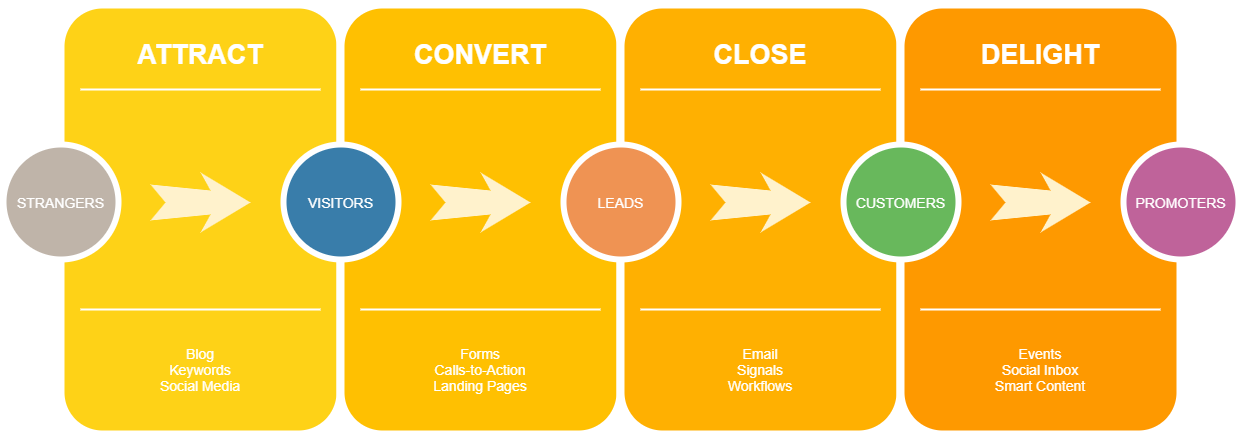
elsiehsu1997/The-Battle-of-Neighborhoods keeps this draw.io diagram as Untitled Diagram.png. Above is the earlier version. Source tidied: cells renumbered, new cells last; positions are measured from the earlier drawing's top-left corner, leaving out a move shared by most shapes. The source it was exported from:
```xml
<mxGraphModel>
  <root>
    <mxCell id="0" />
    <mxCell id="1" parent="0" />
    <mxCell id="2" style="whiteSpace=wrap;html=1;rounded=1;shadow=0;strokeWidth=8;fontSize=20;align=center;fillColor=#FED217;strokeColor=#FFFFFF;" parent="1" vertex="1">
      <mxGeometry x="57" width="280" height="430" as="geometry" />
    </mxCell>
    <mxCell id="3" value="ATTRACT" style="text;html=1;strokeColor=none;fillColor=none;align=center;verticalAlign=middle;whiteSpace=wrap;rounded=0;shadow=0;fontSize=27;fontColor=#FFFFFF;fontStyle=1;" parent="1" vertex="1">
      <mxGeometry x="57" y="20" width="280" height="60" as="geometry" />
    </mxCell>
    <mxCell id="4" value="Blog&lt;div&gt;Keywords&lt;/div&gt;&lt;div&gt;Social Media&lt;/div&gt;" style="text;html=1;strokeColor=none;fillColor=none;align=center;verticalAlign=middle;whiteSpace=wrap;rounded=0;shadow=0;fontSize=14;fontColor=#FFFFFF;" parent="1" vertex="1">
      <mxGeometry x="57" y="320" width="280" height="90" as="geometry" />
    </mxCell>
    <mxCell id="5" style="line;strokeWidth=2;html=1;rounded=0;shadow=0;fontSize=27;align=center;fillColor=none;strokeColor=#FFFFFF;" parent="1" vertex="1">
      <mxGeometry x="77" y="80" width="240" height="10" as="geometry" />
    </mxCell>
    <mxCell id="6" style="line;strokeWidth=2;html=1;rounded=0;shadow=0;fontSize=27;align=center;fillColor=none;strokeColor=#FFFFFF;" parent="1" vertex="1">
      <mxGeometry x="77" y="300" width="240" height="10" as="geometry" />
    </mxCell>
    <mxCell id="7" value="STRANGERS" style="ellipse;whiteSpace=wrap;html=1;rounded=0;shadow=0;strokeWidth=6;fontSize=14;align=center;fillColor=#BFB4A9;strokeColor=#FFFFFF;fontColor=#FFFFFF;" parent="1" vertex="1">
      <mxGeometry y="140" width="115" height="115" as="geometry" />
    </mxCell>
    <mxCell id="8" style="html=1;shadow=0;dashed=0;align=center;verticalAlign=middle;shape=mxgraph.arrows2.stylisedArrow;dy=0.6;dx=40;notch=15;feather=0.4;rounded=0;strokeWidth=1;fontSize=27;strokeColor=none;fillColor=#fff2cc;" parent="1" vertex="1">
      <mxGeometry x="147" y="168" width="100" height="60" as="geometry" />
    </mxCell>
    <mxCell id="9" style="whiteSpace=wrap;html=1;rounded=1;shadow=0;strokeWidth=8;fontSize=20;align=center;fillColor=#FFC001;strokeColor=#FFFFFF;" parent="1" vertex="1">
      <mxGeometry x="337" width="280" height="430" as="geometry" />
    </mxCell>
    <mxCell id="10" value="CONVERT" style="text;html=1;strokeColor=none;fillColor=none;align=center;verticalAlign=middle;whiteSpace=wrap;rounded=0;shadow=0;fontSize=27;fontColor=#FFFFFF;fontStyle=1;" parent="1" vertex="1">
      <mxGeometry x="337" y="20" width="280" height="60" as="geometry" />
    </mxCell>
    <mxCell id="11" value="Forms&lt;div&gt;Calls-to-Action&lt;/div&gt;&lt;div&gt;Landing Pages&lt;/div&gt;" style="text;html=1;strokeColor=none;fillColor=none;align=center;verticalAlign=middle;whiteSpace=wrap;rounded=0;shadow=0;fontSize=14;fontColor=#FFFFFF;" parent="1" vertex="1">
      <mxGeometry x="337" y="320" width="280" height="90" as="geometry" />
    </mxCell>
    <mxCell id="12" style="line;strokeWidth=2;html=1;rounded=0;shadow=0;fontSize=27;align=center;fillColor=none;strokeColor=#FFFFFF;" parent="1" vertex="1">
      <mxGeometry x="357" y="80" width="240" height="10" as="geometry" />
    </mxCell>
    <mxCell id="13" style="line;strokeWidth=2;html=1;rounded=0;shadow=0;fontSize=27;align=center;fillColor=none;strokeColor=#FFFFFF;" parent="1" vertex="1">
      <mxGeometry x="357" y="300" width="240" height="10" as="geometry" />
    </mxCell>
    <mxCell id="14" value="VISITORS" style="ellipse;whiteSpace=wrap;html=1;rounded=0;shadow=0;strokeWidth=6;fontSize=14;align=center;fillColor=#397DAA;strokeColor=#FFFFFF;fontColor=#FFFFFF;" parent="1" vertex="1">
      <mxGeometry x="280" y="140" width="115" height="115" as="geometry" />
    </mxCell>
    <mxCell id="15" style="html=1;shadow=0;dashed=0;align=center;verticalAlign=middle;shape=mxgraph.arrows2.stylisedArrow;dy=0.6;dx=40;notch=15;feather=0.4;rounded=0;strokeWidth=1;fontSize=27;strokeColor=none;fillColor=#fff2cc;" parent="1" vertex="1">
      <mxGeometry x="427" y="168" width="100" height="60" as="geometry" />
    </mxCell>
    <mxCell id="16" style="whiteSpace=wrap;html=1;rounded=1;shadow=0;strokeWidth=8;fontSize=20;align=center;fillColor=#FFB001;strokeColor=#FFFFFF;" parent="1" vertex="1">
      <mxGeometry x="617" width="280" height="430" as="geometry" />
    </mxCell>
    <mxCell id="17" value="CLOSE" style="text;html=1;strokeColor=none;fillColor=none;align=center;verticalAlign=middle;whiteSpace=wrap;rounded=0;shadow=0;fontSize=27;fontColor=#FFFFFF;fontStyle=1;" parent="1" vertex="1">
      <mxGeometry x="617" y="20" width="280" height="60" as="geometry" />
    </mxCell>
    <mxCell id="18" value="Email&lt;div&gt;Signals&lt;/div&gt;&lt;div&gt;Workflows&lt;/div&gt;" style="text;html=1;strokeColor=none;fillColor=none;align=center;verticalAlign=middle;whiteSpace=wrap;rounded=0;shadow=0;fontSize=14;fontColor=#FFFFFF;" parent="1" vertex="1">
      <mxGeometry x="617" y="320" width="280" height="90" as="geometry" />
    </mxCell>
    <mxCell id="19" style="line;strokeWidth=2;html=1;rounded=0;shadow=0;fontSize=27;align=center;fillColor=none;strokeColor=#FFFFFF;" parent="1" vertex="1">
      <mxGeometry x="637" y="80" width="240" height="10" as="geometry" />
    </mxCell>
    <mxCell id="20" style="line;strokeWidth=2;html=1;rounded=0;shadow=0;fontSize=27;align=center;fillColor=none;strokeColor=#FFFFFF;" parent="1" vertex="1">
      <mxGeometry x="637" y="300" width="240" height="10" as="geometry" />
    </mxCell>
    <mxCell id="21" value="LEADS" style="ellipse;whiteSpace=wrap;html=1;rounded=0;shadow=0;strokeWidth=6;fontSize=14;align=center;fillColor=#EF9353;strokeColor=#FFFFFF;fontColor=#FFFFFF;" parent="1" vertex="1">
      <mxGeometry x="560" y="140" width="115" height="115" as="geometry" />
    </mxCell>
    <mxCell id="22" style="html=1;shadow=0;dashed=0;align=center;verticalAlign=middle;shape=mxgraph.arrows2.stylisedArrow;dy=0.6;dx=40;notch=15;feather=0.4;rounded=0;strokeWidth=1;fontSize=27;strokeColor=none;fillColor=#fff2cc;" parent="1" vertex="1">
      <mxGeometry x="707" y="168" width="100" height="60" as="geometry" />
    </mxCell>
    <mxCell id="23" style="whiteSpace=wrap;html=1;rounded=1;shadow=0;strokeWidth=8;fontSize=20;align=center;fillColor=#FE9900;strokeColor=#FFFFFF;" parent="1" vertex="1">
      <mxGeometry x="897" width="280" height="430" as="geometry" />
    </mxCell>
    <mxCell id="24" value="DELIGHT" style="text;html=1;strokeColor=none;fillColor=none;align=center;verticalAlign=middle;whiteSpace=wrap;rounded=0;shadow=0;fontSize=27;fontColor=#FFFFFF;fontStyle=1;" parent="1" vertex="1">
      <mxGeometry x="897" y="20" width="280" height="60" as="geometry" />
    </mxCell>
    <mxCell id="25" value="Events&lt;div&gt;Social Inbox&lt;/div&gt;&lt;div&gt;Smart Content&lt;/div&gt;" style="text;html=1;strokeColor=none;fillColor=none;align=center;verticalAlign=middle;whiteSpace=wrap;rounded=0;shadow=0;fontSize=14;fontColor=#FFFFFF;" parent="1" vertex="1">
      <mxGeometry x="897" y="320" width="280" height="90" as="geometry" />
    </mxCell>
    <mxCell id="26" style="line;strokeWidth=2;html=1;rounded=0;shadow=0;fontSize=27;align=center;fillColor=none;strokeColor=#FFFFFF;" parent="1" vertex="1">
      <mxGeometry x="917" y="80" width="240" height="10" as="geometry" />
    </mxCell>
    <mxCell id="27" style="line;strokeWidth=2;html=1;rounded=0;shadow=0;fontSize=27;align=center;fillColor=none;strokeColor=#FFFFFF;" parent="1" vertex="1">
      <mxGeometry x="917" y="300" width="240" height="10" as="geometry" />
    </mxCell>
    <mxCell id="28" value="CUSTOMERS" style="ellipse;whiteSpace=wrap;html=1;rounded=0;shadow=0;strokeWidth=6;fontSize=14;align=center;fillColor=#68B85C;strokeColor=#FFFFFF;fontColor=#FFFFFF;" parent="1" vertex="1">
      <mxGeometry x="840" y="140" width="115" height="115" as="geometry" />
    </mxCell>
    <mxCell id="29" style="html=1;shadow=0;dashed=0;align=center;verticalAlign=middle;shape=mxgraph.arrows2.stylisedArrow;dy=0.6;dx=40;notch=15;feather=0.4;rounded=0;strokeWidth=1;fontSize=27;strokeColor=none;fillColor=#fff2cc;" parent="1" vertex="1">
      <mxGeometry x="987" y="168" width="100" height="60" as="geometry" />
    </mxCell>
    <mxCell id="30" value="PROMOTERS" style="ellipse;whiteSpace=wrap;html=1;rounded=0;shadow=0;strokeWidth=6;fontSize=14;align=center;fillColor=#BF639A;strokeColor=#FFFFFF;fontColor=#FFFFFF;" parent="1" vertex="1">
      <mxGeometry x="1120" y="140" width="115" height="115" as="geometry" />
    </mxCell>
  </root>
</mxGraphModel>
```
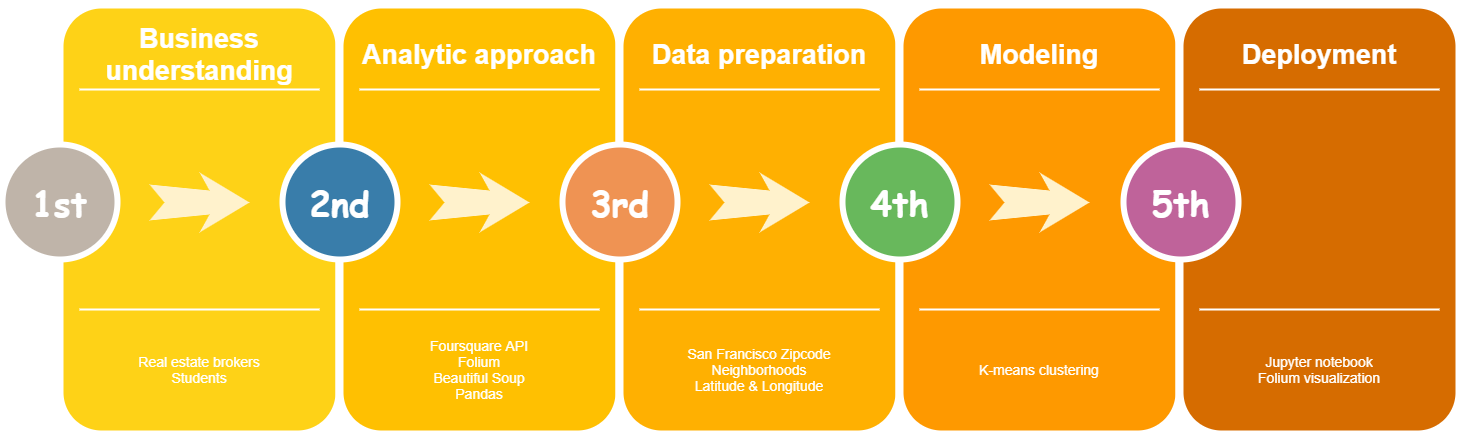
The same diagram one commit later.

The edit, as a diff of the source:
```diff
@@ -5,10 +5,10 @@
     <mxCell id="2" style="whiteSpace=wrap;html=1;rounded=1;shadow=0;strokeWidth=8;fontSize=20;align=center;fillColor=#FED217;strokeColor=#FFFFFF;" parent="1" vertex="1">
       <mxGeometry x="57" width="280" height="430" as="geometry" />
     </mxCell>
-    <mxCell id="3" value="ATTRACT" style="text;html=1;strokeColor=none;fillColor=none;align=center;verticalAlign=middle;whiteSpace=wrap;rounded=0;shadow=0;fontSize=27;fontColor=#FFFFFF;fontStyle=1;" parent="1" vertex="1">
+    <mxCell id="3" value="Business understanding" style="text;html=1;strokeColor=none;fillColor=none;align=center;verticalAlign=middle;whiteSpace=wrap;rounded=0;shadow=0;fontSize=27;fontColor=#FFFFFF;fontStyle=1;" parent="1" vertex="1">
       <mxGeometry x="57" y="20" width="280" height="60" as="geometry" />
     </mxCell>
-    <mxCell id="4" value="Blog&lt;div&gt;Keywords&lt;/div&gt;&lt;div&gt;Social Media&lt;/div&gt;" style="text;html=1;strokeColor=none;fillColor=none;align=center;verticalAlign=middle;whiteSpace=wrap;rounded=0;shadow=0;fontSize=14;fontColor=#FFFFFF;" parent="1" vertex="1">
+    <mxCell id="4" value="Real estate brokers&lt;br&gt;Students" style="text;html=1;strokeColor=none;fillColor=none;align=center;verticalAlign=middle;whiteSpace=wrap;rounded=0;shadow=0;fontSize=14;fontColor=#FFFFFF;" parent="1" vertex="1">
       <mxGeometry x="57" y="320" width="280" height="90" as="geometry" />
     </mxCell>
     <mxCell id="5" style="line;strokeWidth=2;html=1;rounded=0;shadow=0;fontSize=27;align=center;fillColor=none;strokeColor=#FFFFFF;" parent="1" vertex="1">
@@ -17,7 +17,7 @@
     <mxCell id="6" style="line;strokeWidth=2;html=1;rounded=0;shadow=0;fontSize=27;align=center;fillColor=none;strokeColor=#FFFFFF;" parent="1" vertex="1">
       <mxGeometry x="77" y="300" width="240" height="10" as="geometry" />
     </mxCell>
-    <mxCell id="7" value="STRANGERS" style="ellipse;whiteSpace=wrap;html=1;rounded=0;shadow=0;strokeWidth=6;fontSize=14;align=center;fillColor=#BFB4A9;strokeColor=#FFFFFF;fontColor=#FFFFFF;" parent="1" vertex="1">
+    <mxCell id="7" value="&lt;font style=&quot;font-size: 35px&quot; face=&quot;Comic Sans MS&quot;&gt;&lt;b&gt;1st&lt;/b&gt;&lt;/font&gt;" style="ellipse;whiteSpace=wrap;html=1;rounded=0;shadow=0;strokeWidth=6;fontSize=14;align=center;fillColor=#BFB4A9;strokeColor=#FFFFFF;fontColor=#FFFFFF;" parent="1" vertex="1">
       <mxGeometry y="140" width="115" height="115" as="geometry" />
     </mxCell>
     <mxCell id="8" style="html=1;shadow=0;dashed=0;align=center;verticalAlign=middle;shape=mxgraph.arrows2.stylisedArrow;dy=0.6;dx=40;notch=15;feather=0.4;rounded=0;strokeWidth=1;fontSize=27;strokeColor=none;fillColor=#fff2cc;" parent="1" vertex="1">
@@ -26,10 +26,10 @@
     <mxCell id="9" style="whiteSpace=wrap;html=1;rounded=1;shadow=0;strokeWidth=8;fontSize=20;align=center;fillColor=#FFC001;strokeColor=#FFFFFF;" parent="1" vertex="1">
       <mxGeometry x="337" width="280" height="430" as="geometry" />
     </mxCell>
-    <mxCell id="10" value="CONVERT" style="text;html=1;strokeColor=none;fillColor=none;align=center;verticalAlign=middle;whiteSpace=wrap;rounded=0;shadow=0;fontSize=27;fontColor=#FFFFFF;fontStyle=1;" parent="1" vertex="1">
+    <mxCell id="10" value="Analytic approach" style="text;html=1;strokeColor=none;fillColor=none;align=center;verticalAlign=middle;whiteSpace=wrap;rounded=0;shadow=0;fontSize=27;fontColor=#FFFFFF;fontStyle=1;" parent="1" vertex="1">
       <mxGeometry x="337" y="20" width="280" height="60" as="geometry" />
     </mxCell>
-    <mxCell id="11" value="Forms&lt;div&gt;Calls-to-Action&lt;/div&gt;&lt;div&gt;Landing Pages&lt;/div&gt;" style="text;html=1;strokeColor=none;fillColor=none;align=center;verticalAlign=middle;whiteSpace=wrap;rounded=0;shadow=0;fontSize=14;fontColor=#FFFFFF;" parent="1" vertex="1">
+    <mxCell id="11" value="Foursquare API&lt;br&gt;Folium&lt;br&gt;Beautiful Soup&lt;br&gt;Pandas" style="text;html=1;strokeColor=none;fillColor=none;align=center;verticalAlign=middle;whiteSpace=wrap;rounded=0;shadow=0;fontSize=14;fontColor=#FFFFFF;" parent="1" vertex="1">
       <mxGeometry x="337" y="320" width="280" height="90" as="geometry" />
     </mxCell>
     <mxCell id="12" style="line;strokeWidth=2;html=1;rounded=0;shadow=0;fontSize=27;align=center;fillColor=none;strokeColor=#FFFFFF;" parent="1" vertex="1">
@@ -38,7 +38,7 @@
     <mxCell id="13" style="line;strokeWidth=2;html=1;rounded=0;shadow=0;fontSize=27;align=center;fillColor=none;strokeColor=#FFFFFF;" parent="1" vertex="1">
       <mxGeometry x="357" y="300" width="240" height="10" as="geometry" />
     </mxCell>
-    <mxCell id="14" value="VISITORS" style="ellipse;whiteSpace=wrap;html=1;rounded=0;shadow=0;strokeWidth=6;fontSize=14;align=center;fillColor=#397DAA;strokeColor=#FFFFFF;fontColor=#FFFFFF;" parent="1" vertex="1">
+    <mxCell id="14" value="&lt;font style=&quot;font-size: 35px&quot; face=&quot;Comic Sans MS&quot;&gt;&lt;b&gt;2nd&lt;/b&gt;&lt;/font&gt;" style="ellipse;whiteSpace=wrap;html=1;rounded=0;shadow=0;strokeWidth=6;fontSize=14;align=center;fillColor=#397DAA;strokeColor=#FFFFFF;fontColor=#FFFFFF;" parent="1" vertex="1">
       <mxGeometry x="280" y="140" width="115" height="115" as="geometry" />
     </mxCell>
     <mxCell id="15" style="html=1;shadow=0;dashed=0;align=center;verticalAlign=middle;shape=mxgraph.arrows2.stylisedArrow;dy=0.6;dx=40;notch=15;feather=0.4;rounded=0;strokeWidth=1;fontSize=27;strokeColor=none;fillColor=#fff2cc;" parent="1" vertex="1">
@@ -47,10 +47,10 @@
     <mxCell id="16" style="whiteSpace=wrap;html=1;rounded=1;shadow=0;strokeWidth=8;fontSize=20;align=center;fillColor=#FFB001;strokeColor=#FFFFFF;" parent="1" vertex="1">
       <mxGeometry x="617" width="280" height="430" as="geometry" />
     </mxCell>
-    <mxCell id="17" value="CLOSE" style="text;html=1;strokeColor=none;fillColor=none;align=center;verticalAlign=middle;whiteSpace=wrap;rounded=0;shadow=0;fontSize=27;fontColor=#FFFFFF;fontStyle=1;" parent="1" vertex="1">
+    <mxCell id="17" value="Data preparation" style="text;html=1;strokeColor=none;fillColor=none;align=center;verticalAlign=middle;whiteSpace=wrap;rounded=0;shadow=0;fontSize=27;fontColor=#FFFFFF;fontStyle=1;" parent="1" vertex="1">
       <mxGeometry x="617" y="20" width="280" height="60" as="geometry" />
     </mxCell>
-    <mxCell id="18" value="Email&lt;div&gt;Signals&lt;/div&gt;&lt;div&gt;Workflows&lt;/div&gt;" style="text;html=1;strokeColor=none;fillColor=none;align=center;verticalAlign=middle;whiteSpace=wrap;rounded=0;shadow=0;fontSize=14;fontColor=#FFFFFF;" parent="1" vertex="1">
+    <mxCell id="18" value="San Francisco Zipcode&lt;br&gt;Neighborhoods&lt;br&gt;Latitude &amp;amp; Longitude" style="text;html=1;strokeColor=none;fillColor=none;align=center;verticalAlign=middle;whiteSpace=wrap;rounded=0;shadow=0;fontSize=14;fontColor=#FFFFFF;" parent="1" vertex="1">
       <mxGeometry x="617" y="320" width="280" height="90" as="geometry" />
     </mxCell>
     <mxCell id="19" style="line;strokeWidth=2;html=1;rounded=0;shadow=0;fontSize=27;align=center;fillColor=none;strokeColor=#FFFFFF;" parent="1" vertex="1">
@@ -59,7 +59,7 @@
     <mxCell id="20" style="line;strokeWidth=2;html=1;rounded=0;shadow=0;fontSize=27;align=center;fillColor=none;strokeColor=#FFFFFF;" parent="1" vertex="1">
       <mxGeometry x="637" y="300" width="240" height="10" as="geometry" />
     </mxCell>
-    <mxCell id="21" value="LEADS" style="ellipse;whiteSpace=wrap;html=1;rounded=0;shadow=0;strokeWidth=6;fontSize=14;align=center;fillColor=#EF9353;strokeColor=#FFFFFF;fontColor=#FFFFFF;" parent="1" vertex="1">
+    <mxCell id="21" value="&lt;font style=&quot;font-size: 35px&quot; face=&quot;Comic Sans MS&quot;&gt;&lt;b&gt;3rd&lt;/b&gt;&lt;/font&gt;" style="ellipse;whiteSpace=wrap;html=1;rounded=0;shadow=0;strokeWidth=6;fontSize=14;align=center;fillColor=#EF9353;strokeColor=#FFFFFF;fontColor=#FFFFFF;" parent="1" vertex="1">
       <mxGeometry x="560" y="140" width="115" height="115" as="geometry" />
     </mxCell>
     <mxCell id="22" style="html=1;shadow=0;dashed=0;align=center;verticalAlign=middle;shape=mxgraph.arrows2.stylisedArrow;dy=0.6;dx=40;notch=15;feather=0.4;rounded=0;strokeWidth=1;fontSize=27;strokeColor=none;fillColor=#fff2cc;" parent="1" vertex="1">
@@ -68,10 +68,10 @@
     <mxCell id="23" style="whiteSpace=wrap;html=1;rounded=1;shadow=0;strokeWidth=8;fontSize=20;align=center;fillColor=#FE9900;strokeColor=#FFFFFF;" parent="1" vertex="1">
       <mxGeometry x="897" width="280" height="430" as="geometry" />
     </mxCell>
-    <mxCell id="24" value="DELIGHT" style="text;html=1;strokeColor=none;fillColor=none;align=center;verticalAlign=middle;whiteSpace=wrap;rounded=0;shadow=0;fontSize=27;fontColor=#FFFFFF;fontStyle=1;" parent="1" vertex="1">
+    <mxCell id="24" value="Modeling" style="text;html=1;strokeColor=none;fillColor=none;align=center;verticalAlign=middle;whiteSpace=wrap;rounded=0;shadow=0;fontSize=27;fontColor=#FFFFFF;fontStyle=1;" parent="1" vertex="1">
       <mxGeometry x="897" y="20" width="280" height="60" as="geometry" />
     </mxCell>
-    <mxCell id="25" value="Events&lt;div&gt;Social Inbox&lt;/div&gt;&lt;div&gt;Smart Content&lt;/div&gt;" style="text;html=1;strokeColor=none;fillColor=none;align=center;verticalAlign=middle;whiteSpace=wrap;rounded=0;shadow=0;fontSize=14;fontColor=#FFFFFF;" parent="1" vertex="1">
+    <mxCell id="25" value="K-means clustering" style="text;html=1;strokeColor=none;fillColor=none;align=center;verticalAlign=middle;whiteSpace=wrap;rounded=0;shadow=0;fontSize=14;fontColor=#FFFFFF;" parent="1" vertex="1">
       <mxGeometry x="897" y="320" width="280" height="90" as="geometry" />
     </mxCell>
     <mxCell id="26" style="line;strokeWidth=2;html=1;rounded=0;shadow=0;fontSize=27;align=center;fillColor=none;strokeColor=#FFFFFF;" parent="1" vertex="1">
@@ -80,14 +80,34 @@
     <mxCell id="27" style="line;strokeWidth=2;html=1;rounded=0;shadow=0;fontSize=27;align=center;fillColor=none;strokeColor=#FFFFFF;" parent="1" vertex="1">
       <mxGeometry x="917" y="300" width="240" height="10" as="geometry" />
     </mxCell>
-    <mxCell id="28" value="CUSTOMERS" style="ellipse;whiteSpace=wrap;html=1;rounded=0;shadow=0;strokeWidth=6;fontSize=14;align=center;fillColor=#68B85C;strokeColor=#FFFFFF;fontColor=#FFFFFF;" parent="1" vertex="1">
+    <mxCell id="28" value="&lt;font style=&quot;font-size: 35px&quot; face=&quot;Comic Sans MS&quot;&gt;&lt;b&gt;4th&lt;/b&gt;&lt;/font&gt;" style="ellipse;whiteSpace=wrap;html=1;rounded=0;shadow=0;strokeWidth=6;fontSize=14;align=center;fillColor=#68B85C;strokeColor=#FFFFFF;fontColor=#FFFFFF;" parent="1" vertex="1">
       <mxGeometry x="840" y="140" width="115" height="115" as="geometry" />
     </mxCell>
     <mxCell id="29" style="html=1;shadow=0;dashed=0;align=center;verticalAlign=middle;shape=mxgraph.arrows2.stylisedArrow;dy=0.6;dx=40;notch=15;feather=0.4;rounded=0;strokeWidth=1;fontSize=27;strokeColor=none;fillColor=#fff2cc;" parent="1" vertex="1">
       <mxGeometry x="987" y="168" width="100" height="60" as="geometry" />
     </mxCell>
-    <mxCell id="30" value="PROMOTERS" style="ellipse;whiteSpace=wrap;html=1;rounded=0;shadow=0;strokeWidth=6;fontSize=14;align=center;fillColor=#BF639A;strokeColor=#FFFFFF;fontColor=#FFFFFF;" parent="1" vertex="1">
-      <mxGeometry x="1120" y="140" width="115" height="115" as="geometry" />
-    </mxCell>
+    <mxCell id="31" style="edgeStyle=orthogonalEdgeStyle;rounded=0;jettySize=auto;html=1;" parent="1" edge="1" target="33">
+      <mxGeometry relative="1" as="geometry">
+        <mxPoint x="1177.5" y="140" as="sourcePoint" />
+      </mxGeometry>
+    </mxCell>
+    <mxCell id="32" style="whiteSpace=wrap;html=1;rounded=1;shadow=0;strokeWidth=8;fontSize=20;align=center;strokeColor=#FFFFFF;fillColor=#D66C00;" parent="1" vertex="1">
+      <mxGeometry x="1177" width="280" height="430" as="geometry" />
+    </mxCell>
+    <mxCell id="33" value="&lt;font style=&quot;font-size: 35px&quot; face=&quot;Comic Sans MS&quot;&gt;&lt;b&gt;5th&lt;/b&gt;&lt;/font&gt;" style="ellipse;whiteSpace=wrap;html=1;rounded=0;shadow=0;strokeWidth=6;fontSize=14;align=center;fillColor=#BF639A;strokeColor=#FFFFFF;fontColor=#FFFFFF;" parent="1" vertex="1">
+      <mxGeometry x="1121" y="140" width="115" height="115" as="geometry" />
+    </mxCell>
+    <mxCell id="34" style="line;strokeWidth=2;html=1;rounded=0;shadow=0;fontSize=27;align=center;fillColor=none;strokeColor=#FFFFFF;" parent="1" vertex="1">
+      <mxGeometry x="1197" y="80" width="240" height="10" as="geometry" />
+    </mxCell>
+    <mxCell id="35" value="Deployment" style="text;html=1;strokeColor=none;fillColor=none;align=center;verticalAlign=middle;whiteSpace=wrap;rounded=0;shadow=0;fontSize=27;fontColor=#FFFFFF;fontStyle=1;" parent="1" vertex="1">
+      <mxGeometry x="1177" y="20" width="280" height="60" as="geometry" />
+    </mxCell>
+    <mxCell id="36" style="line;strokeWidth=2;html=1;rounded=0;shadow=0;fontSize=27;align=center;fillColor=none;strokeColor=#FFFFFF;" parent="1" vertex="1">
+      <mxGeometry x="1197" y="300" width="240" height="10" as="geometry" />
+    </mxCell>
+    <mxCell id="37" value="Jupyter notebook&lt;br&gt;Folium visualization" style="text;html=1;strokeColor=none;fillColor=none;align=center;verticalAlign=middle;whiteSpace=wrap;rounded=0;shadow=0;fontSize=14;fontColor=#FFFFFF;" parent="1" vertex="1">
+      <mxGeometry x="1177" y="320" width="280" height="90" as="geometry" />
+    </mxCell>
   </root>
 </mxGraphModel>
```
